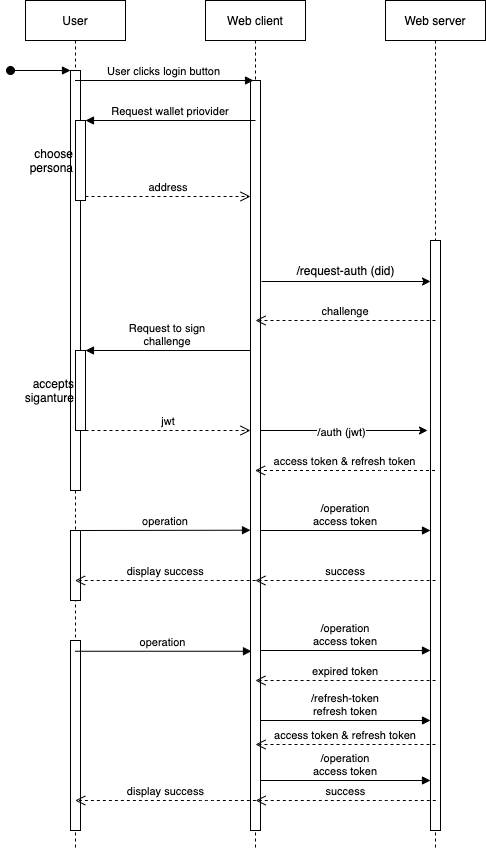
Before: assets/img/ssi/08_did_auth.png, a diagram exported from draw.io (rsksmart/rif-identity-docs). Source tidied: cells renumbered, new cells last; positions are measured from the earlier drawing's top-left corner, leaving out a move shared by most shapes.
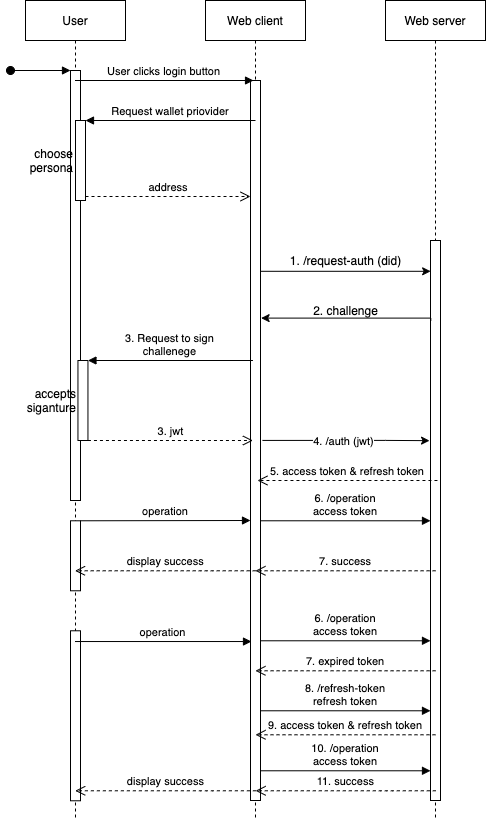
The same file after the commit.

Commit message:
Included sign up process

The edit, as a diff of the source:
```diff
@@ -3,10 +3,10 @@
     <mxCell id="0" />
     <mxCell id="1" parent="0" />
     <mxCell id="2" value="User" style="shape=umlLifeline;perimeter=lifelinePerimeter;rounded=0;shadow=0;strokeWidth=1;" parent="1" vertex="1">
-      <mxGeometry x="15" width="100" height="850" as="geometry" />
+      <mxGeometry x="15" width="100" height="820" as="geometry" />
     </mxCell>
     <mxCell id="3" style="points=[];perimeter=orthogonalPerimeter;rounded=0;shadow=0;strokeWidth=1;" parent="2" vertex="1">
-      <mxGeometry x="45" y="70" width="10" height="420" as="geometry" />
+      <mxGeometry x="45" y="70" width="10" height="430" as="geometry" />
     </mxCell>
     <mxCell id="4" style="verticalAlign=bottom;startArrow=oval;endArrow=block;startSize=8;shadow=0;strokeWidth=1;" parent="2" edge="1" target="3">
       <mxGeometry relative="1" as="geometry">
@@ -16,17 +16,11 @@
     <mxCell id="5" value="choose&#10;persona" style="points=[];perimeter=orthogonalPerimeter;rounded=0;shadow=0;strokeWidth=1;align=right;labelPosition=left;verticalLabelPosition=middle;verticalAlign=middle;" parent="2" vertex="1">
       <mxGeometry x="50" y="120" width="10" height="80" as="geometry" />
     </mxCell>
-    <mxCell id="6" style="html=1;points=[];perimeter=orthogonalPerimeter;" parent="2" vertex="1">
-      <mxGeometry x="45" y="530" width="10" height="70" as="geometry" />
-    </mxCell>
-    <mxCell id="7" style="html=1;perimeter=orthogonalPerimeter;" parent="2" vertex="1">
-      <mxGeometry x="45" y="640" width="10" height="190" as="geometry" />
-    </mxCell>
     <mxCell id="8" value="Web client" style="shape=umlLifeline;perimeter=lifelinePerimeter;rounded=0;shadow=0;strokeWidth=1;" parent="1" vertex="1">
-      <mxGeometry x="195" width="100" height="850" as="geometry" />
+      <mxGeometry x="195" width="100" height="820" as="geometry" />
     </mxCell>
     <mxCell id="9" style="points=[];perimeter=orthogonalPerimeter;rounded=0;shadow=0;strokeWidth=1;" parent="8" vertex="1">
-      <mxGeometry x="45" y="80" width="10" height="750" as="geometry" />
+      <mxGeometry x="45" y="80" width="10" height="720" as="geometry" />
     </mxCell>
     <mxCell id="10" value="User clicks login button" style="verticalAlign=bottom;endArrow=block;shadow=0;strokeWidth=1;entryX=0.303;entryY=0;entryDx=0;entryDy=0;entryPerimeter=0;" parent="1" edge="1" source="2" target="9">
       <mxGeometry relative="1" as="geometry" />
@@ -40,158 +34,161 @@
       <mxGeometry relative="1" as="geometry" />
     </mxCell>
     <mxCell id="13" value="Web server" style="shape=umlLifeline;perimeter=lifelinePerimeter;rounded=0;shadow=0;strokeWidth=1;" parent="1" vertex="1">
-      <mxGeometry x="375" width="100" height="850" as="geometry" />
+      <mxGeometry x="375" width="100" height="820" as="geometry" />
     </mxCell>
     <mxCell id="14" style="points=[];perimeter=orthogonalPerimeter;rounded=0;shadow=0;strokeWidth=1;" parent="13" vertex="1">
-      <mxGeometry x="45" y="240" width="10" height="590" as="geometry" />
+      <mxGeometry x="45" y="240" width="10" height="560" as="geometry" />
     </mxCell>
-    <mxCell id="15" style="edgeStyle=orthogonalEdgeStyle;rounded=0;orthogonalLoop=1;jettySize=auto;html=1;" parent="1" edge="1">
-      <mxGeometry relative="1" as="geometry">
-        <mxPoint x="251" y="281" as="sourcePoint" />
-        <mxPoint x="420" y="281" as="targetPoint" />
-        <Array as="points">
-          <mxPoint x="251" y="281" />
-        </Array>
-      </mxGeometry>
+    <mxCell id="15" style="edgeStyle=orthogonalEdgeStyle;rounded=0;jettySize=auto;html=1;entryX=0.014;entryY=0.055;entryDx=0;entryDy=0;entryPerimeter=0;exitX=1.062;exitY=0.265;exitDx=0;exitDy=0;exitPerimeter=0;" parent="1" edge="1" source="9" target="14">
+      <mxGeometry relative="1" as="geometry" />
     </mxCell>
-    <mxCell id="16" value="/request-auth (did)" style="text;html=1;align=center;verticalAlign=middle;" parent="1" vertex="1">
-      <mxGeometry x="280" y="260" width="110" height="20" as="geometry" />
+    <mxCell id="16" value="1. /request-auth (did)" style="text;html=1;align=center;verticalAlign=middle;" parent="1" vertex="1">
+      <mxGeometry x="270" y="250" width="130" height="20" as="geometry" />
     </mxCell>
+    <mxCell id="36" value="2. challenge" style="text;html=1;align=center;verticalAlign=middle;" parent="1" vertex="1">
+      <mxGeometry x="295" y="300" width="80" height="20" as="geometry" />
+    </mxCell>
     <mxCell id="17" value="accepts&lt;br&gt;siganture" style="html=1;perimeter=orthogonalPerimeter;labelPosition=left;verticalLabelPosition=middle;align=right;verticalAlign=middle;" parent="1" vertex="1">
-      <mxGeometry x="65" y="350" width="10" height="80" as="geometry" />
+      <mxGeometry x="67.4" y="360" width="10" height="80" as="geometry" />
     </mxCell>
-    <mxCell id="18" value="Request to sign&#10;challenge" style="verticalAlign=bottom;endArrow=block;entryX=1;entryY=0;shadow=0;strokeWidth=1;" parent="1" edge="1">
+    <mxCell id="18" value="3. Request to sign&#10;challenege" style="verticalAlign=bottom;endArrow=block;entryX=1;entryY=0;shadow=0;strokeWidth=1;" parent="1" edge="1">
       <mxGeometry relative="1" as="geometry">
-        <mxPoint x="240" y="350" as="sourcePoint" />
-        <mxPoint x="75" y="350" as="targetPoint" />
+        <mxPoint x="242.4" y="360" as="sourcePoint" />
+        <mxPoint x="77.4" y="360" as="targetPoint" />
       </mxGeometry>
     </mxCell>
-    <mxCell id="19" value="jwt" style="verticalAlign=bottom;endArrow=open;dashed=1;endSize=8;exitX=1;exitY=0.95;shadow=0;strokeWidth=1;" parent="1" edge="1">
+    <mxCell id="19" value="3. jwt" style="verticalAlign=bottom;endArrow=open;dashed=1;endSize=8;exitX=1;exitY=0.95;shadow=0;strokeWidth=1;" parent="1" edge="1">
       <mxGeometry relative="1" as="geometry">
-        <mxPoint x="75" y="430" as="sourcePoint" />
-        <mxPoint x="240" y="430" as="targetPoint" />
+        <mxPoint x="77.4" y="440" as="sourcePoint" />
+        <mxPoint x="242.4" y="440" as="targetPoint" />
       </mxGeometry>
     </mxCell>
-    <mxCell id="20" style="edgeStyle=orthogonalEdgeStyle;rounded=0;orthogonalLoop=1;jettySize=auto;html=1;exitX=0.914;exitY=0.294;exitDx=0;exitDy=0;exitPerimeter=0;" parent="1" edge="1">
+    <mxCell id="20" style="edgeStyle=orthogonalEdgeStyle;rounded=0;orthogonalLoop=1;jettySize=auto;html=1;exitX=0.914;exitY=0.294;exitDx=0;exitDy=0;exitPerimeter=0;entryX=-0.341;entryY=0.661;entryDx=0;entryDy=0;entryPerimeter=0;" parent="1" edge="1">
       <mxGeometry relative="1" as="geometry">
-        <mxPoint x="249.5" y="429.9" as="sourcePoint" />
-        <mxPoint x="417" y="430" as="targetPoint" />
+        <mxPoint x="251.9" y="439.9" as="sourcePoint" />
+        <mxPoint x="419" y="440.2" as="targetPoint" />
         <Array as="points">
-          <mxPoint x="417" y="430" />
+          <mxPoint x="375" y="440" />
+          <mxPoint x="375" y="440" />
         </Array>
       </mxGeometry>
     </mxCell>
-    <mxCell id="21" value="/auth (jwt)" style="edgeLabel;html=1;align=center;verticalAlign=middle;" parent="20" vertex="1">
+    <mxCell id="21" value="4. /auth (jwt)" style="edgeLabel;html=1;align=center;verticalAlign=middle;" parent="20" vertex="1">
       <mxGeometry y="-3" relative="1" as="geometry">
         <mxPoint x="-3" y="-2" as="offset" />
       </mxGeometry>
     </mxCell>
-    <mxCell id="22" value="access token &amp; refresh token" style="verticalAlign=bottom;endArrow=open;dashed=1;endSize=8;shadow=0;strokeWidth=1;" parent="1" edge="1">
+    <mxCell id="22" value="5. access token &amp; refresh token" style="verticalAlign=bottom;endArrow=open;dashed=1;endSize=8;shadow=0;strokeWidth=1;" parent="1" edge="1">
       <mxGeometry relative="1" as="geometry">
-        <mxPoint x="424.5" y="470" as="sourcePoint" />
-        <mxPoint x="244.5" y="470" as="targetPoint" />
+        <mxPoint x="427" y="480" as="sourcePoint" />
+        <mxPoint x="246.9" y="480" as="targetPoint" />
         <Array as="points">
-          <mxPoint x="375" y="470" />
+          <mxPoint x="377.4" y="480" />
         </Array>
       </mxGeometry>
     </mxCell>
+    <mxCell id="37" style="edgeStyle=orthogonalEdgeStyle;rounded=0;jettySize=auto;html=1;exitX=0.028;exitY=0.143;exitDx=0;exitDy=0;exitPerimeter=0;entryX=1.062;entryY=0.33;entryDx=0;entryDy=0;entryPerimeter=0;" parent="1" edge="1" source="14" target="9">
+      <mxGeometry relative="1" as="geometry">
+        <Array as="points">
+          <mxPoint x="420" y="318" />
+          <mxPoint x="251" y="318" />
+        </Array>
+      </mxGeometry>
+    </mxCell>
+    <mxCell id="38" style="html=1;points=[];perimeter=orthogonalPerimeter;" parent="1" vertex="1">
+      <mxGeometry x="60" y="520.3" width="10" height="70" as="geometry" />
+    </mxCell>
+    <mxCell id="39" style="html=1;perimeter=orthogonalPerimeter;" parent="1" vertex="1">
+      <mxGeometry x="60" y="630.3" width="10" height="170" as="geometry" />
+    </mxCell>
-    <mxCell id="23" value="operation" style="verticalAlign=bottom;endArrow=block;entryX=0;entryY=0.692;shadow=0;strokeWidth=1;entryDx=0;entryDy=0;entryPerimeter=0;" parent="1" edge="1" source="6">
+    <mxCell id="23" value="operation" style="verticalAlign=bottom;endArrow=block;entryX=0;entryY=0.692;shadow=0;strokeWidth=1;entryDx=0;entryDy=0;entryPerimeter=0;" parent="1" edge="1" source="38">
       <mxGeometry relative="1" as="geometry">
-        <mxPoint x="240" y="529.7" as="targetPoint" />
+        <mxPoint x="240" y="520" as="targetPoint" />
       </mxGeometry>
     </mxCell>
-    <mxCell id="24" value="/operation&#10;access token" style="verticalAlign=bottom;endArrow=block;entryX=0;entryY=0;shadow=0;strokeWidth=1;" parent="1" edge="1">
-      <mxGeometry relative="1" as="geometry">
-        <mxPoint x="250" y="530" as="sourcePoint" />
-        <mxPoint x="420" y="530" as="targetPoint" />
-      </mxGeometry>
-    </mxCell>
-    <mxCell id="25" value="success" style="verticalAlign=bottom;endArrow=open;dashed=1;endSize=8;shadow=0;strokeWidth=1;" parent="1" edge="1">
-      <mxGeometry relative="1" as="geometry">
-        <mxPoint x="425.1" y="580" as="sourcePoint" />
-        <mxPoint x="244.9" y="580" as="targetPoint" />
-        <Array as="points">
-          <mxPoint x="375.6" y="580" />
-        </Array>
-      </mxGeometry>
-    </mxCell>
-    <mxCell id="26" value="display success" style="verticalAlign=bottom;endArrow=open;dashed=1;endSize=8;shadow=0;strokeWidth=1;" parent="1" edge="1">
-      <mxGeometry relative="1" as="geometry">
-        <mxPoint x="245.2" y="580" as="sourcePoint" />
-        <mxPoint x="64.5" y="580" as="targetPoint" />
-        <Array as="points">
-          <mxPoint x="195.7" y="580" />
-        </Array>
-      </mxGeometry>
-    </mxCell>
-    <mxCell id="27" value="challenge" style="verticalAlign=bottom;endArrow=open;dashed=1;endSize=8;shadow=0;strokeWidth=1;" parent="1" edge="1">
-      <mxGeometry relative="1" as="geometry">
-        <mxPoint x="425" y="320" as="sourcePoint" />
-        <mxPoint x="245" y="320" as="targetPoint" />
-        <Array as="points">
-          <mxPoint x="375.5" y="320" />
-        </Array>
-      </mxGeometry>
-    </mxCell>
+    <mxCell id="40" value="6. /operation&#10;access token" style="verticalAlign=bottom;endArrow=block;entryX=0;entryY=0;shadow=0;strokeWidth=1;" parent="1" edge="1">
+      <mxGeometry relative="1" as="geometry">
+        <mxPoint x="250" y="520.3" as="sourcePoint" />
+        <mxPoint x="420" y="520.3" as="targetPoint" />
+      </mxGeometry>
+    </mxCell>
+    <mxCell id="41" value="7. success" style="verticalAlign=bottom;endArrow=open;dashed=1;endSize=8;shadow=0;strokeWidth=1;" parent="1" edge="1">
+      <mxGeometry relative="1" as="geometry">
+        <mxPoint x="425.1" y="570.3" as="sourcePoint" />
+        <mxPoint x="244.9" y="570.3" as="targetPoint" />
+        <Array as="points">
+          <mxPoint x="375.6" y="570.3" />
+        </Array>
+      </mxGeometry>
+    </mxCell>
+    <mxCell id="42" value="display success" style="verticalAlign=bottom;endArrow=open;dashed=1;endSize=8;shadow=0;strokeWidth=1;" parent="1" edge="1">
+      <mxGeometry relative="1" as="geometry">
+        <mxPoint x="245.2" y="570.3" as="sourcePoint" />
+        <mxPoint x="64.5" y="570.3" as="targetPoint" />
+        <Array as="points">
+          <mxPoint x="195.7" y="570.3" />
+        </Array>
+      </mxGeometry>
+    </mxCell>
     <mxCell id="28" value="operation" style="verticalAlign=bottom;endArrow=block;entryX=0.1;entryY=0.825;shadow=0;strokeWidth=1;entryDx=0;entryDy=0;entryPerimeter=0;" parent="1" edge="1">
       <mxGeometry relative="1" as="geometry">
-        <mxPoint x="64.5" y="650.8" as="sourcePoint" />
-        <mxPoint x="241" y="650.8" as="targetPoint" />
+        <mxPoint x="64.5" y="641" as="sourcePoint" />
+        <mxPoint x="241" y="641" as="targetPoint" />
       </mxGeometry>
     </mxCell>
-    <mxCell id="29" value="/operation&#10;access token" style="verticalAlign=bottom;endArrow=block;entryX=0;entryY=0;shadow=0;strokeWidth=1;" parent="1" edge="1">
-      <mxGeometry relative="1" as="geometry">
-        <mxPoint x="250" y="650" as="sourcePoint" />
-        <mxPoint x="420" y="650" as="targetPoint" />
-      </mxGeometry>
-    </mxCell>
-    <mxCell id="30" value="expired token" style="verticalAlign=bottom;endArrow=open;dashed=1;endSize=8;shadow=0;strokeWidth=1;" parent="1" edge="1">
-      <mxGeometry relative="1" as="geometry">
-        <mxPoint x="425.1" y="680" as="sourcePoint" />
-        <mxPoint x="244.9" y="680" as="targetPoint" />
-        <Array as="points">
-          <mxPoint x="375.6" y="680" />
-        </Array>
-      </mxGeometry>
-    </mxCell>
-    <mxCell id="31" value="/refresh-token&#10;refresh token" style="verticalAlign=bottom;endArrow=block;entryX=0;entryY=0;shadow=0;strokeWidth=1;" parent="1" edge="1">
-      <mxGeometry relative="1" as="geometry">
-        <mxPoint x="250" y="720" as="sourcePoint" />
-        <mxPoint x="420" y="720" as="targetPoint" />
-      </mxGeometry>
-    </mxCell>
-    <mxCell id="32" value="access token &amp; refresh token" style="verticalAlign=bottom;endArrow=open;dashed=1;endSize=8;shadow=0;strokeWidth=1;" parent="1" edge="1">
-      <mxGeometry relative="1" as="geometry">
-        <mxPoint x="425" y="744" as="sourcePoint" />
-        <mxPoint x="245" y="744" as="targetPoint" />
-        <Array as="points">
-          <mxPoint x="375.5" y="744" />
-        </Array>
-      </mxGeometry>
-    </mxCell>
-    <mxCell id="33" value="/operation&#10;access token" style="verticalAlign=bottom;endArrow=block;entryX=0;entryY=0;shadow=0;strokeWidth=1;" parent="1" edge="1">
-      <mxGeometry relative="1" as="geometry">
-        <mxPoint x="250" y="780" as="sourcePoint" />
-        <mxPoint x="420" y="780" as="targetPoint" />
-      </mxGeometry>
-    </mxCell>
-    <mxCell id="34" value="success" style="verticalAlign=bottom;endArrow=open;dashed=1;endSize=8;shadow=0;strokeWidth=1;" parent="1" edge="1">
-      <mxGeometry relative="1" as="geometry">
-        <mxPoint x="425.3" y="800" as="sourcePoint" />
-        <mxPoint x="245.1" y="800" as="targetPoint" />
-        <Array as="points">
-          <mxPoint x="375.8" y="800" />
-        </Array>
-      </mxGeometry>
-    </mxCell>
-    <mxCell id="35" value="display success" style="verticalAlign=bottom;endArrow=open;dashed=1;endSize=8;shadow=0;strokeWidth=1;" parent="1" edge="1">
-      <mxGeometry relative="1" as="geometry">
-        <mxPoint x="245.4" y="800" as="sourcePoint" />
-        <mxPoint x="64.7" y="800" as="targetPoint" />
-        <Array as="points">
-          <mxPoint x="195.9" y="800" />
-        </Array>
-      </mxGeometry>
-    </mxCell>
+    <mxCell id="43" value="6. /operation&#10;access token" style="verticalAlign=bottom;endArrow=block;entryX=0;entryY=0;shadow=0;strokeWidth=1;" parent="1" edge="1">
+      <mxGeometry relative="1" as="geometry">
+        <mxPoint x="250" y="640.3" as="sourcePoint" />
+        <mxPoint x="420" y="640.3" as="targetPoint" />
+      </mxGeometry>
+    </mxCell>
+    <mxCell id="44" value="7. expired token" style="verticalAlign=bottom;endArrow=open;dashed=1;endSize=8;shadow=0;strokeWidth=1;" parent="1" edge="1">
+      <mxGeometry relative="1" as="geometry">
+        <mxPoint x="425.1" y="670.3" as="sourcePoint" />
+        <mxPoint x="244.9" y="670.3" as="targetPoint" />
+        <Array as="points">
+          <mxPoint x="375.6" y="670.3" />
+        </Array>
+      </mxGeometry>
+    </mxCell>
+    <mxCell id="45" value="8. /refresh-token&#10;refresh token" style="verticalAlign=bottom;endArrow=block;entryX=0;entryY=0;shadow=0;strokeWidth=1;" parent="1" edge="1">
+      <mxGeometry relative="1" as="geometry">
+        <mxPoint x="250" y="710.3" as="sourcePoint" />
+        <mxPoint x="420" y="710.3" as="targetPoint" />
+      </mxGeometry>
+    </mxCell>
+    <mxCell id="46" value="9. access token &amp; refresh token" style="verticalAlign=bottom;endArrow=open;dashed=1;endSize=8;shadow=0;strokeWidth=1;" parent="1" edge="1">
+      <mxGeometry relative="1" as="geometry">
+        <mxPoint x="425" y="734.3" as="sourcePoint" />
+        <mxPoint x="245" y="734.3" as="targetPoint" />
+        <Array as="points">
+          <mxPoint x="375.5" y="734.3" />
+        </Array>
+      </mxGeometry>
+    </mxCell>
+    <mxCell id="47" value="10. /operation&#10;access token" style="verticalAlign=bottom;endArrow=block;entryX=0;entryY=0;shadow=0;strokeWidth=1;" parent="1" edge="1">
+      <mxGeometry relative="1" as="geometry">
+        <mxPoint x="250" y="770.3" as="sourcePoint" />
+        <mxPoint x="420" y="770.3" as="targetPoint" />
+      </mxGeometry>
+    </mxCell>
+    <mxCell id="48" value="11. success" style="verticalAlign=bottom;endArrow=open;dashed=1;endSize=8;shadow=0;strokeWidth=1;" parent="1" edge="1">
+      <mxGeometry relative="1" as="geometry">
+        <mxPoint x="425.3" y="790.3" as="sourcePoint" />
+        <mxPoint x="245.1" y="790.3" as="targetPoint" />
+        <Array as="points">
+          <mxPoint x="375.8" y="790.3" />
+        </Array>
+      </mxGeometry>
+    </mxCell>
+    <mxCell id="49" value="display success" style="verticalAlign=bottom;endArrow=open;dashed=1;endSize=8;shadow=0;strokeWidth=1;" parent="1" edge="1">
+      <mxGeometry relative="1" as="geometry">
+        <mxPoint x="245.4" y="790.3" as="sourcePoint" />
+        <mxPoint x="64.7" y="790.3" as="targetPoint" />
+        <Array as="points">
+          <mxPoint x="195.9" y="790.3" />
+        </Array>
+      </mxGeometry>
+    </mxCell>
   </root>
 </mxGraphModel>
```
